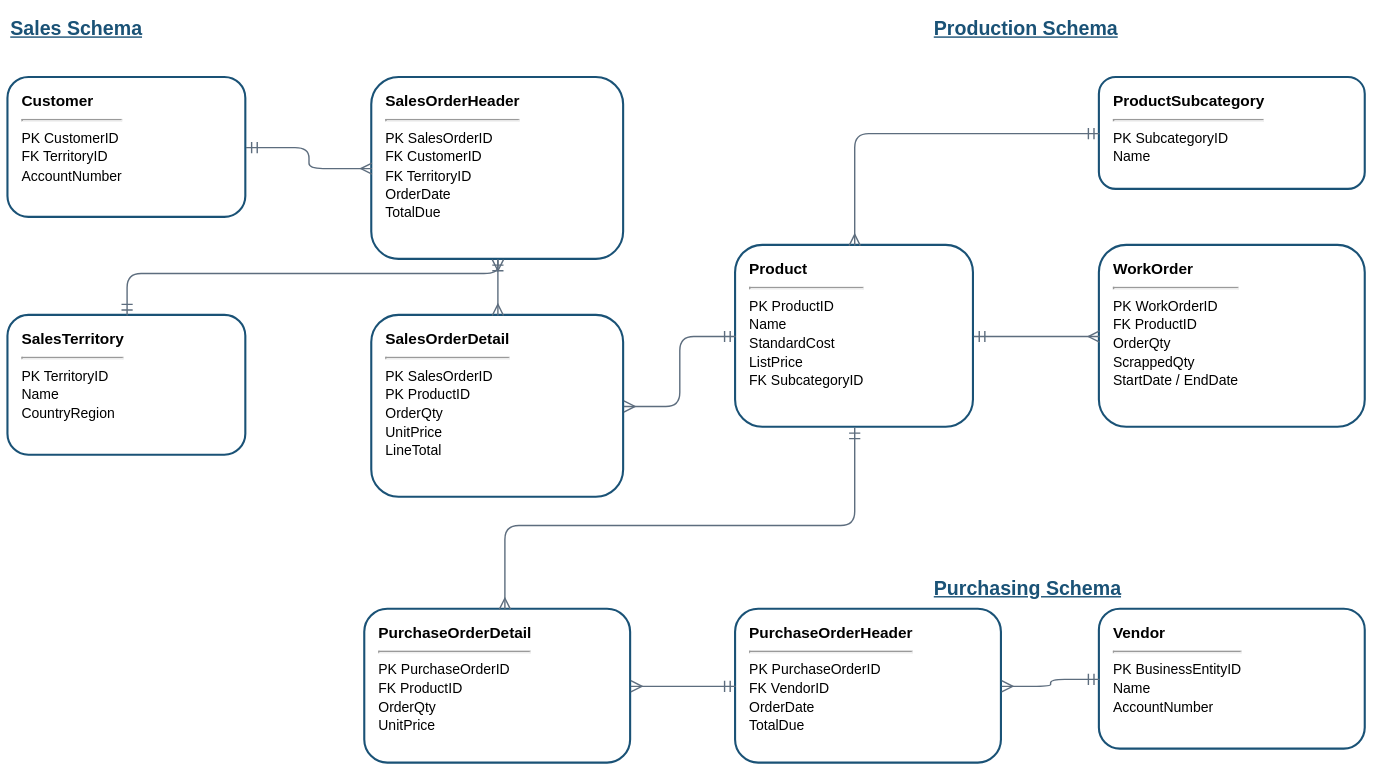
This is visuals/ch01/fig-01-05-adventureworks-er.svg from mmcodesso/Accounting_Analytics, a draw.io export, as it was before one commit. Source tidied: cells renumbered, new cells last; positions are measured from the earlier drawing's top-left corner, leaving out a move shared by most shapes.
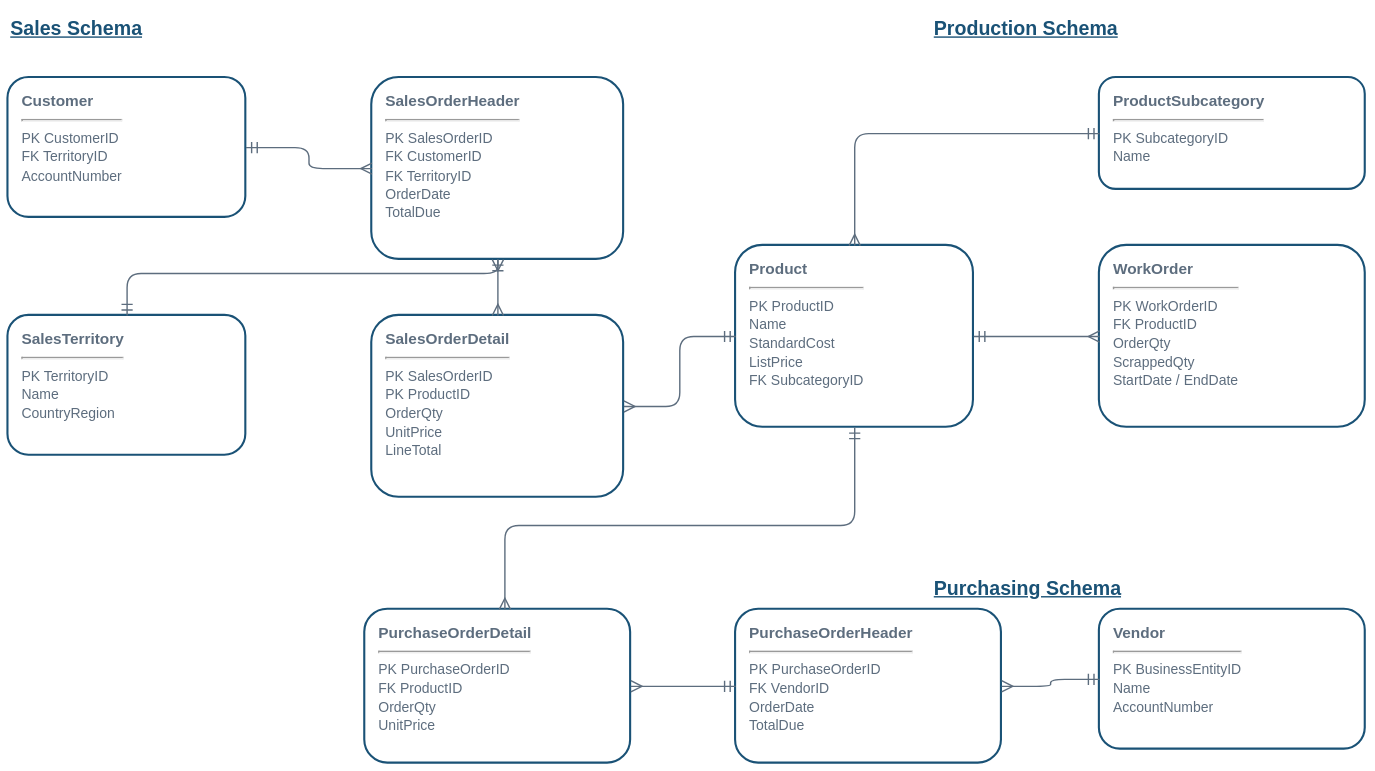
Above is the later version.

Commit message:
adjusted figures ch01

Change to the diagram source:
```diff
@@ -11,40 +11,40 @@
     <mxCell id="4" value="Purchasing Schema" style="text;html=1;align=left;verticalAlign=top;fontColor=#1A5276;fontSize=14;fontStyle=5;fontFamily=Arial;" parent="1" vertex="1">
       <mxGeometry x="660" y="400" width="200" height="30" as="geometry" />
     </mxCell>
-    <mxCell id="5" value="&lt;b&gt;Customer&lt;/b&gt;&lt;hr&gt;&lt;font style='font-size:10px'&gt;PK CustomerID&lt;br&gt;FK TerritoryID&lt;br&gt;AccountNumber&lt;/font&gt;" style="rounded=1;whiteSpace=wrap;html=1;fillColor=#FFFFFF;strokeColor=#1A5276;strokeWidth=1.5;fontSize=11;fontFamily=Arial;align=left;spacingLeft=8;verticalAlign=top;spacingTop=4;" parent="1" vertex="1">
+    <mxCell id="5" value="&lt;b&gt;Customer&lt;/b&gt;&lt;hr&gt;&lt;font style=&quot;font-size:10px&quot;&gt;PK CustomerID&lt;br&gt;FK TerritoryID&lt;br&gt;AccountNumber&lt;/font&gt;" style="rounded=1;whiteSpace=wrap;html=1;fillColor=#FFFFFF;strokeColor=#1A5276;strokeWidth=1.5;fontSize=11;fontFamily=Arial;align=left;spacingLeft=8;verticalAlign=top;spacingTop=4;fontColor=#5D6D7E;" parent="1" vertex="1">
       <mxGeometry y="50" width="170" height="100" as="geometry" />
     </mxCell>
-    <mxCell id="6" value="&lt;b&gt;SalesOrderHeader&lt;/b&gt;&lt;hr&gt;&lt;font style='font-size:10px'&gt;PK SalesOrderID&lt;br&gt;FK CustomerID&lt;br&gt;FK TerritoryID&lt;br&gt;OrderDate&lt;br&gt;TotalDue&lt;/font&gt;" style="rounded=1;whiteSpace=wrap;html=1;fillColor=#FFFFFF;strokeColor=#1A5276;strokeWidth=1.5;fontSize=11;fontFamily=Arial;align=left;spacingLeft=8;verticalAlign=top;spacingTop=4;" parent="1" vertex="1">
+    <mxCell id="6" value="&lt;b&gt;SalesOrderHeader&lt;/b&gt;&lt;hr&gt;&lt;font style=&quot;font-size:10px&quot;&gt;PK SalesOrderID&lt;br&gt;FK CustomerID&lt;br&gt;FK TerritoryID&lt;br&gt;OrderDate&lt;br&gt;TotalDue&lt;/font&gt;" style="rounded=1;whiteSpace=wrap;html=1;fillColor=#FFFFFF;strokeColor=#1A5276;strokeWidth=1.5;fontSize=11;fontFamily=Arial;align=left;spacingLeft=8;verticalAlign=top;spacingTop=4;fontColor=#5D6D7E;" parent="1" vertex="1">
       <mxGeometry x="260" y="50" width="180" height="130" as="geometry" />
     </mxCell>
-    <mxCell id="7" value="&lt;b&gt;SalesOrderDetail&lt;/b&gt;&lt;hr&gt;&lt;font style='font-size:10px'&gt;PK SalesOrderID&lt;br&gt;PK ProductID&lt;br&gt;OrderQty&lt;br&gt;UnitPrice&lt;br&gt;LineTotal&lt;/font&gt;" style="rounded=1;whiteSpace=wrap;html=1;fillColor=#FFFFFF;strokeColor=#1A5276;strokeWidth=1.5;fontSize=11;fontFamily=Arial;align=left;spacingLeft=8;verticalAlign=top;spacingTop=4;" parent="1" vertex="1">
+    <mxCell id="7" value="&lt;b&gt;SalesOrderDetail&lt;/b&gt;&lt;hr&gt;&lt;font style=&quot;font-size:10px&quot;&gt;PK SalesOrderID&lt;br&gt;PK ProductID&lt;br&gt;OrderQty&lt;br&gt;UnitPrice&lt;br&gt;LineTotal&lt;/font&gt;" style="rounded=1;whiteSpace=wrap;html=1;fillColor=#FFFFFF;strokeColor=#1A5276;strokeWidth=1.5;fontSize=11;fontFamily=Arial;align=left;spacingLeft=8;verticalAlign=top;spacingTop=4;fontColor=#5D6D7E;" parent="1" vertex="1">
       <mxGeometry x="260" y="220" width="180" height="130" as="geometry" />
     </mxCell>
-    <mxCell id="8" value="&lt;b&gt;SalesTerritory&lt;/b&gt;&lt;hr&gt;&lt;font style='font-size:10px'&gt;PK TerritoryID&lt;br&gt;Name&lt;br&gt;CountryRegion&lt;/font&gt;" style="rounded=1;whiteSpace=wrap;html=1;fillColor=#FFFFFF;strokeColor=#1A5276;strokeWidth=1.5;fontSize=11;fontFamily=Arial;align=left;spacingLeft=8;verticalAlign=top;spacingTop=4;" parent="1" vertex="1">
+    <mxCell id="8" value="&lt;b&gt;SalesTerritory&lt;/b&gt;&lt;hr&gt;&lt;font style=&quot;font-size:10px&quot;&gt;PK TerritoryID&lt;br&gt;Name&lt;br&gt;CountryRegion&lt;/font&gt;" style="rounded=1;whiteSpace=wrap;html=1;fillColor=#FFFFFF;strokeColor=#1A5276;strokeWidth=1.5;fontSize=11;fontFamily=Arial;align=left;spacingLeft=8;verticalAlign=top;spacingTop=4;fontColor=#5D6D7E;" parent="1" vertex="1">
       <mxGeometry y="220" width="170" height="100" as="geometry" />
     </mxCell>
-    <mxCell id="9" value="&lt;b&gt;Product&lt;/b&gt;&lt;hr&gt;&lt;font style='font-size:10px'&gt;PK ProductID&lt;br&gt;Name&lt;br&gt;StandardCost&lt;br&gt;ListPrice&lt;br&gt;FK SubcategoryID&lt;/font&gt;" style="rounded=1;whiteSpace=wrap;html=1;fillColor=#FFFFFF;strokeColor=#1A5276;strokeWidth=1.5;fontSize=11;fontFamily=Arial;align=left;spacingLeft=8;verticalAlign=top;spacingTop=4;" parent="1" vertex="1">
+    <mxCell id="9" value="&lt;b&gt;Product&lt;/b&gt;&lt;hr&gt;&lt;font style=&quot;font-size:10px&quot;&gt;PK ProductID&lt;br&gt;Name&lt;br&gt;StandardCost&lt;br&gt;ListPrice&lt;br&gt;FK SubcategoryID&lt;/font&gt;" style="rounded=1;whiteSpace=wrap;html=1;fillColor=#FFFFFF;strokeColor=#1A5276;strokeWidth=1.5;fontSize=11;fontFamily=Arial;align=left;spacingLeft=8;verticalAlign=top;spacingTop=4;fontColor=#5D6D7E;" parent="1" vertex="1">
       <mxGeometry x="520" y="170" width="170" height="130" as="geometry" />
     </mxCell>
-    <mxCell id="10" value="&lt;b&gt;ProductSubcategory&lt;/b&gt;&lt;hr&gt;&lt;font style='font-size:10px'&gt;PK SubcategoryID&lt;br&gt;Name&lt;/font&gt;" style="rounded=1;whiteSpace=wrap;html=1;fillColor=#FFFFFF;strokeColor=#1A5276;strokeWidth=1.5;fontSize=11;fontFamily=Arial;align=left;spacingLeft=8;verticalAlign=top;spacingTop=4;" parent="1" vertex="1">
+    <mxCell id="10" value="&lt;b&gt;ProductSubcategory&lt;/b&gt;&lt;hr&gt;&lt;font style=&quot;font-size:10px&quot;&gt;PK SubcategoryID&lt;br&gt;Name&lt;/font&gt;" style="rounded=1;whiteSpace=wrap;html=1;fillColor=#FFFFFF;strokeColor=#1A5276;strokeWidth=1.5;fontSize=11;fontFamily=Arial;align=left;spacingLeft=8;verticalAlign=top;spacingTop=4;fontColor=#5D6D7E;" parent="1" vertex="1">
       <mxGeometry x="780" y="50" width="190" height="80" as="geometry" />
     </mxCell>
-    <mxCell id="11" value="&lt;b&gt;WorkOrder&lt;/b&gt;&lt;hr&gt;&lt;font style='font-size:10px'&gt;PK WorkOrderID&lt;br&gt;FK ProductID&lt;br&gt;OrderQty&lt;br&gt;ScrappedQty&lt;br&gt;StartDate / EndDate&lt;/font&gt;" style="rounded=1;whiteSpace=wrap;html=1;fillColor=#FFFFFF;strokeColor=#1A5276;strokeWidth=1.5;fontSize=11;fontFamily=Arial;align=left;spacingLeft=8;verticalAlign=top;spacingTop=4;" parent="1" vertex="1">
+    <mxCell id="11" value="&lt;b&gt;WorkOrder&lt;/b&gt;&lt;hr&gt;&lt;font style=&quot;font-size:10px&quot;&gt;PK WorkOrderID&lt;br&gt;FK ProductID&lt;br&gt;OrderQty&lt;br&gt;ScrappedQty&lt;br&gt;StartDate / EndDate&lt;/font&gt;" style="rounded=1;whiteSpace=wrap;html=1;fillColor=#FFFFFF;strokeColor=#1A5276;strokeWidth=1.5;fontSize=11;fontFamily=Arial;align=left;spacingLeft=8;verticalAlign=top;spacingTop=4;fontColor=#5D6D7E;" parent="1" vertex="1">
       <mxGeometry x="780" y="170" width="190" height="130" as="geometry" />
     </mxCell>
-    <mxCell id="12" value="&lt;b&gt;Vendor&lt;/b&gt;&lt;hr&gt;&lt;font style='font-size:10px'&gt;PK BusinessEntityID&lt;br&gt;Name&lt;br&gt;AccountNumber&lt;/font&gt;" style="rounded=1;whiteSpace=wrap;html=1;fillColor=#FFFFFF;strokeColor=#1A5276;strokeWidth=1.5;fontSize=11;fontFamily=Arial;align=left;spacingLeft=8;verticalAlign=top;spacingTop=4;" parent="1" vertex="1">
+    <mxCell id="12" value="&lt;b&gt;Vendor&lt;/b&gt;&lt;hr&gt;&lt;font style=&quot;font-size:10px&quot;&gt;PK BusinessEntityID&lt;br&gt;Name&lt;br&gt;AccountNumber&lt;/font&gt;" style="rounded=1;whiteSpace=wrap;html=1;fillColor=#FFFFFF;strokeColor=#1A5276;strokeWidth=1.5;fontSize=11;fontFamily=Arial;align=left;spacingLeft=8;verticalAlign=top;spacingTop=4;fontColor=#5D6D7E;" parent="1" vertex="1">
       <mxGeometry x="780" y="430" width="190" height="100" as="geometry" />
     </mxCell>
-    <mxCell id="13" value="&lt;b&gt;PurchaseOrderHeader&lt;/b&gt;&lt;hr&gt;&lt;font style='font-size:10px'&gt;PK PurchaseOrderID&lt;br&gt;FK VendorID&lt;br&gt;OrderDate&lt;br&gt;TotalDue&lt;/font&gt;" style="rounded=1;whiteSpace=wrap;html=1;fillColor=#FFFFFF;strokeColor=#1A5276;strokeWidth=1.5;fontSize=11;fontFamily=Arial;align=left;spacingLeft=8;verticalAlign=top;spacingTop=4;" parent="1" vertex="1">
+    <mxCell id="13" value="&lt;b&gt;PurchaseOrderHeader&lt;/b&gt;&lt;hr&gt;&lt;font style=&quot;font-size:10px&quot;&gt;PK PurchaseOrderID&lt;br&gt;FK VendorID&lt;br&gt;OrderDate&lt;br&gt;TotalDue&lt;/font&gt;" style="rounded=1;whiteSpace=wrap;html=1;fillColor=#FFFFFF;strokeColor=#1A5276;strokeWidth=1.5;fontSize=11;fontFamily=Arial;align=left;spacingLeft=8;verticalAlign=top;spacingTop=4;fontColor=#5D6D7E;" parent="1" vertex="1">
       <mxGeometry x="520" y="430" width="190" height="110" as="geometry" />
     </mxCell>
-    <mxCell id="14" value="&lt;b&gt;PurchaseOrderDetail&lt;/b&gt;&lt;hr&gt;&lt;font style='font-size:10px'&gt;PK PurchaseOrderID&lt;br&gt;FK ProductID&lt;br&gt;OrderQty&lt;br&gt;UnitPrice&lt;/font&gt;" style="rounded=1;whiteSpace=wrap;html=1;fillColor=#FFFFFF;strokeColor=#1A5276;strokeWidth=1.5;fontSize=11;fontFamily=Arial;align=left;spacingLeft=8;verticalAlign=top;spacingTop=4;" parent="1" vertex="1">
+    <mxCell id="14" value="&lt;b&gt;PurchaseOrderDetail&lt;/b&gt;&lt;hr&gt;&lt;font style=&quot;font-size:10px&quot;&gt;PK PurchaseOrderID&lt;br&gt;FK ProductID&lt;br&gt;OrderQty&lt;br&gt;UnitPrice&lt;/font&gt;" style="rounded=1;whiteSpace=wrap;html=1;fillColor=#FFFFFF;strokeColor=#1A5276;strokeWidth=1.5;fontSize=11;fontFamily=Arial;align=left;spacingLeft=8;verticalAlign=top;spacingTop=4;fontColor=#5D6D7E;" parent="1" vertex="1">
       <mxGeometry x="255" y="430" width="190" height="110" as="geometry" />
     </mxCell>
-    <mxCell id="15" style="edgeStyle=orthogonalEdgeStyle;endArrow=ERmany;startArrow=ERmandOne;strokeColor=#5D6D7E;strokeWidth=1;" parent="1" edge="1" source="5" target="6">
+    <mxCell id="15" style="edgeStyle=orthogonalEdgeStyle;endArrow=ERmany;startArrow=ERmandOne;strokeColor=#5D6D7E;strokeWidth=1;fontColor=#5D6D7E;" parent="1" edge="1" source="5" target="6">
       <mxGeometry relative="1" as="geometry" />
     </mxCell>
-    <mxCell id="16" style="edgeStyle=orthogonalEdgeStyle;endArrow=ERmany;startArrow=ERmandOne;strokeColor=#5D6D7E;strokeWidth=1;" parent="1" edge="1" source="8" target="6">
+    <mxCell id="16" style="edgeStyle=orthogonalEdgeStyle;endArrow=ERmany;startArrow=ERmandOne;strokeColor=#5D6D7E;strokeWidth=1;fontColor=#5D6D7E;" parent="1" edge="1" source="8" target="6">
       <mxGeometry relative="1" as="geometry">
         <Array as="points">
           <mxPoint x="85" y="190" />
@@ -52,25 +52,25 @@
         </Array>
       </mxGeometry>
     </mxCell>
-    <mxCell id="17" style="edgeStyle=orthogonalEdgeStyle;endArrow=ERmany;startArrow=ERmandOne;strokeColor=#5D6D7E;strokeWidth=1;" parent="1" edge="1" source="6" target="7">
+    <mxCell id="17" style="edgeStyle=orthogonalEdgeStyle;endArrow=ERmany;startArrow=ERmandOne;strokeColor=#5D6D7E;strokeWidth=1;fontColor=#5D6D7E;" parent="1" edge="1" source="6" target="7">
       <mxGeometry relative="1" as="geometry" />
     </mxCell>
-    <mxCell id="18" style="edgeStyle=orthogonalEdgeStyle;endArrow=ERmany;startArrow=ERmandOne;strokeColor=#5D6D7E;strokeWidth=1;" parent="1" edge="1" source="9" target="7">
+    <mxCell id="18" style="edgeStyle=orthogonalEdgeStyle;endArrow=ERmany;startArrow=ERmandOne;strokeColor=#5D6D7E;strokeWidth=1;fontColor=#5D6D7E;" parent="1" edge="1" source="9" target="7">
       <mxGeometry relative="1" as="geometry" />
     </mxCell>
-    <mxCell id="19" style="edgeStyle=orthogonalEdgeStyle;endArrow=ERmany;startArrow=ERmandOne;strokeColor=#5D6D7E;strokeWidth=1;" parent="1" edge="1" source="10" target="9">
+    <mxCell id="19" style="edgeStyle=orthogonalEdgeStyle;endArrow=ERmany;startArrow=ERmandOne;strokeColor=#5D6D7E;strokeWidth=1;fontColor=#5D6D7E;" parent="1" edge="1" source="10" target="9">
       <mxGeometry relative="1" as="geometry" />
     </mxCell>
-    <mxCell id="20" style="edgeStyle=orthogonalEdgeStyle;endArrow=ERmany;startArrow=ERmandOne;strokeColor=#5D6D7E;strokeWidth=1;" parent="1" edge="1" source="9" target="11">
+    <mxCell id="20" style="edgeStyle=orthogonalEdgeStyle;endArrow=ERmany;startArrow=ERmandOne;strokeColor=#5D6D7E;strokeWidth=1;fontColor=#5D6D7E;" parent="1" edge="1" source="9" target="11">
       <mxGeometry relative="1" as="geometry" />
     </mxCell>
-    <mxCell id="21" style="edgeStyle=orthogonalEdgeStyle;endArrow=ERmany;startArrow=ERmandOne;strokeColor=#5D6D7E;strokeWidth=1;" parent="1" edge="1" source="12" target="13">
+    <mxCell id="21" style="edgeStyle=orthogonalEdgeStyle;endArrow=ERmany;startArrow=ERmandOne;strokeColor=#5D6D7E;strokeWidth=1;fontColor=#5D6D7E;" parent="1" edge="1" source="12" target="13">
       <mxGeometry relative="1" as="geometry" />
     </mxCell>
-    <mxCell id="22" style="edgeStyle=orthogonalEdgeStyle;endArrow=ERmany;startArrow=ERmandOne;strokeColor=#5D6D7E;strokeWidth=1;" parent="1" edge="1" source="13" target="14">
+    <mxCell id="22" style="edgeStyle=orthogonalEdgeStyle;endArrow=ERmany;startArrow=ERmandOne;strokeColor=#5D6D7E;strokeWidth=1;fontColor=#5D6D7E;" parent="1" edge="1" source="13" target="14">
       <mxGeometry relative="1" as="geometry" />
     </mxCell>
-    <mxCell id="23" style="edgeStyle=orthogonalEdgeStyle;endArrow=ERmany;startArrow=ERmandOne;strokeColor=#5D6D7E;strokeWidth=1;" parent="1" edge="1" source="9" target="14">
+    <mxCell id="23" style="edgeStyle=orthogonalEdgeStyle;endArrow=ERmany;startArrow=ERmandOne;strokeColor=#5D6D7E;strokeWidth=1;fontColor=#5D6D7E;" parent="1" edge="1" source="9" target="14">
       <mxGeometry relative="1" as="geometry">
         <Array as="points">
           <mxPoint x="605" y="370" />
```
